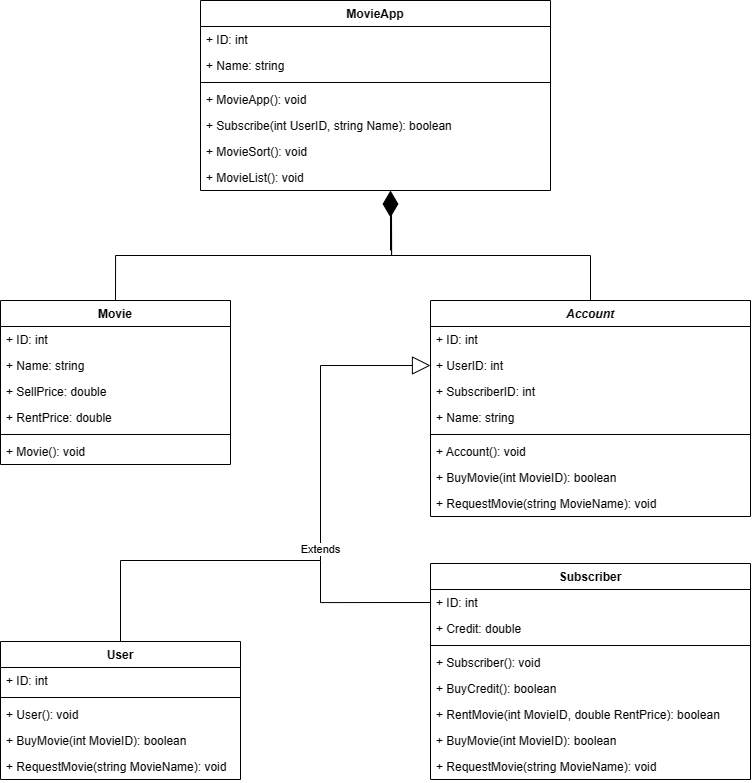
This is ObjectOrientedProgramming/OnlineMovieSystem.png from hasanfurkangulmez/kodluyoruzilkrepo, a draw.io export, as it was before one commit. Source tidied: cells renumbered, new cells last; positions are measured from the earlier drawing's top-left corner, leaving out a move shared by most shapes.
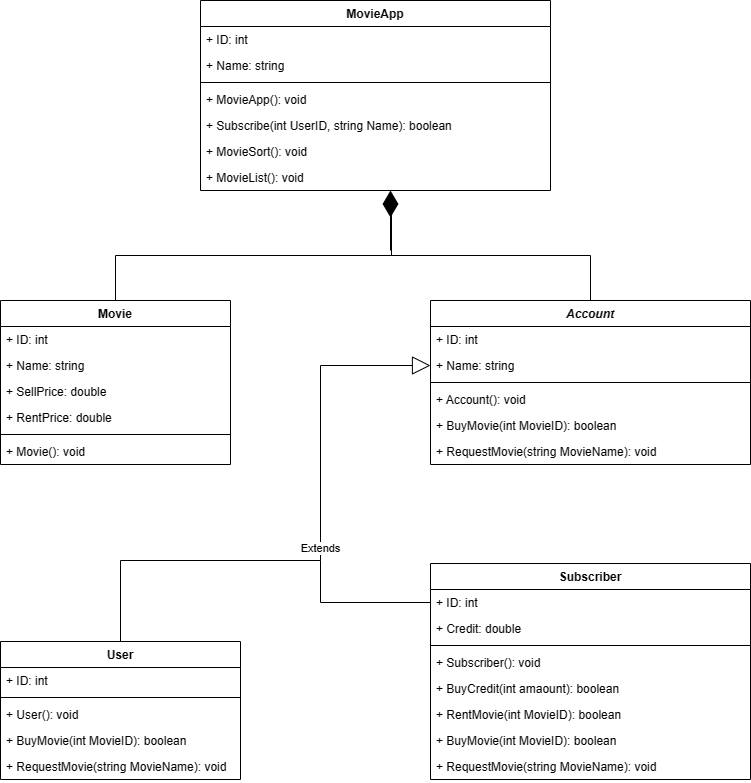
Above is the later version.

What changed in the source:
```diff
@@ -61,10 +61,10 @@
     <mxCell id="20" value="+ Subscriber(): void" style="text;strokeColor=none;fillColor=none;align=left;verticalAlign=top;spacingLeft=4;spacingRight=4;overflow=hidden;" parent="16" vertex="1">
       <mxGeometry y="86" width="320" height="26" as="geometry" />
     </mxCell>
-    <mxCell id="21" value="+ BuyCredit(): boolean" style="text;strokeColor=none;fillColor=none;align=left;verticalAlign=top;spacingLeft=4;spacingRight=4;overflow=hidden;" parent="16" vertex="1">
+    <mxCell id="21" value="+ BuyCredit(int amaount): boolean" style="text;strokeColor=none;fillColor=none;align=left;verticalAlign=top;spacingLeft=4;spacingRight=4;overflow=hidden;" parent="16" vertex="1">
       <mxGeometry y="112" width="320" height="26" as="geometry" />
     </mxCell>
-    <mxCell id="22" value="+ RentMovie(int MovieID, double RentPrice): boolean" style="text;strokeColor=none;fillColor=none;align=left;verticalAlign=top;spacingLeft=4;spacingRight=4;overflow=hidden;" parent="16" vertex="1">
+    <mxCell id="22" value="+ RentMovie(int MovieID): boolean" style="text;strokeColor=none;fillColor=none;align=left;verticalAlign=top;spacingLeft=4;spacingRight=4;overflow=hidden;" parent="16" vertex="1">
       <mxGeometry y="138" width="320" height="26" as="geometry" />
     </mxCell>
     <mxCell id="23" value="+ BuyMovie(int MovieID): boolean" style="text;strokeColor=none;fillColor=none;align=left;verticalAlign=top;spacingLeft=4;spacingRight=4;overflow=hidden;" parent="16" vertex="1">
@@ -103,34 +103,29 @@
       </mxGeometry>
     </mxCell>
     <mxCell id="34" value="Account" style="swimlane;fontStyle=3;align=center;verticalAlign=top;horizontal=1;startSize=26;" parent="1" vertex="1">
-      <mxGeometry x="430" y="300" width="320" height="216" as="geometry" />
+      <mxGeometry x="430" y="300" width="320" height="164" as="geometry" />
     </mxCell>
     <mxCell id="35" value="+ ID: int" style="text;strokeColor=none;fillColor=none;align=left;verticalAlign=top;spacingLeft=4;spacingRight=4;overflow=hidden;" parent="34" vertex="1">
       <mxGeometry y="26" width="320" height="26" as="geometry" />
     </mxCell>
-    <mxCell id="36" value="+ UserID: int" style="text;strokeColor=none;fillColor=none;align=left;verticalAlign=top;spacingLeft=4;spacingRight=4;overflow=hidden;points=[[0,0.5],[1,0.5]];portConstraint=eastwest;" parent="34" vertex="1">
-      <mxGeometry y="52" width="320" height="26" as="geometry" />
-    </mxCell>
-    <mxCell id="37" value="+ SubscriberID: int" style="text;strokeColor=none;fillColor=none;align=left;verticalAlign=top;spacingLeft=4;spacingRight=4;overflow=hidden;" parent="34" vertex="1">
-      <mxGeometry y="78" width="320" height="26" as="geometry" />
-    </mxCell>
     <mxCell id="38" value="+ Name: string" style="text;strokeColor=none;fillColor=none;align=left;verticalAlign=top;spacingLeft=4;spacingRight=4;overflow=hidden;" parent="34" vertex="1">
-      <mxGeometry y="104" width="320" height="26" as="geometry" />
+      <mxGeometry y="52" width="320" height="26" as="geometry" />
     </mxCell>
     <mxCell id="39" style="line;strokeWidth=1;fillColor=none;align=left;verticalAlign=middle;spacingTop=-1;spacingLeft=3;spacingRight=3;labelPosition=right;strokeColor=inherit;" parent="34" vertex="1">
-      <mxGeometry y="130" width="320" height="8" as="geometry" />
+      <mxGeometry y="78" width="320" height="8" as="geometry" />
     </mxCell>
     <mxCell id="40" value="+ Account(): void" style="text;strokeColor=none;fillColor=none;align=left;verticalAlign=top;spacingLeft=4;spacingRight=4;overflow=hidden;" parent="34" vertex="1">
-      <mxGeometry y="138" width="320" height="26" as="geometry" />
+      <mxGeometry y="86" width="320" height="26" as="geometry" />
     </mxCell>
     <mxCell id="41" value="+ BuyMovie(int MovieID): boolean" style="text;strokeColor=none;fillColor=none;align=left;verticalAlign=top;spacingLeft=4;spacingRight=4;overflow=hidden;" parent="34" vertex="1">
-      <mxGeometry y="164" width="320" height="26" as="geometry" />
+      <mxGeometry y="112" width="320" height="26" as="geometry" />
     </mxCell>
     <mxCell id="42" value="+ RequestMovie(string MovieName): void" style="text;strokeColor=none;fillColor=none;align=left;verticalAlign=top;spacingLeft=4;spacingRight=4;overflow=hidden;" parent="34" vertex="1">
-      <mxGeometry y="190" width="320" height="26" as="geometry" />
+      <mxGeometry y="138" width="320" height="26" as="geometry" />
     </mxCell>
-    <mxCell id="43" value="Extends" style="endArrow=block;endSize=16;endFill=0;html=1;rounded=0;exitX=0.5;exitY=0;exitDx=0;exitDy=0;entryX=0;entryY=0.5;entryDx=0;entryDy=0;" parent="1" edge="1" source="2" target="36">
+    <mxCell id="43" value="Extends" style="endArrow=block;endSize=16;endFill=0;html=1;rounded=0;exitX=0.5;exitY=0;exitDx=0;exitDy=0;entryX=0;entryY=0.5;entryDx=0;entryDy=0;" parent="1" edge="1" source="2">
       <mxGeometry relative="1" as="geometry">
+        <mxPoint x="430" y="365" as="targetPoint" />
         <Array as="points">
           <mxPoint x="120" y="560" />
           <mxPoint x="320" y="560" />
```
